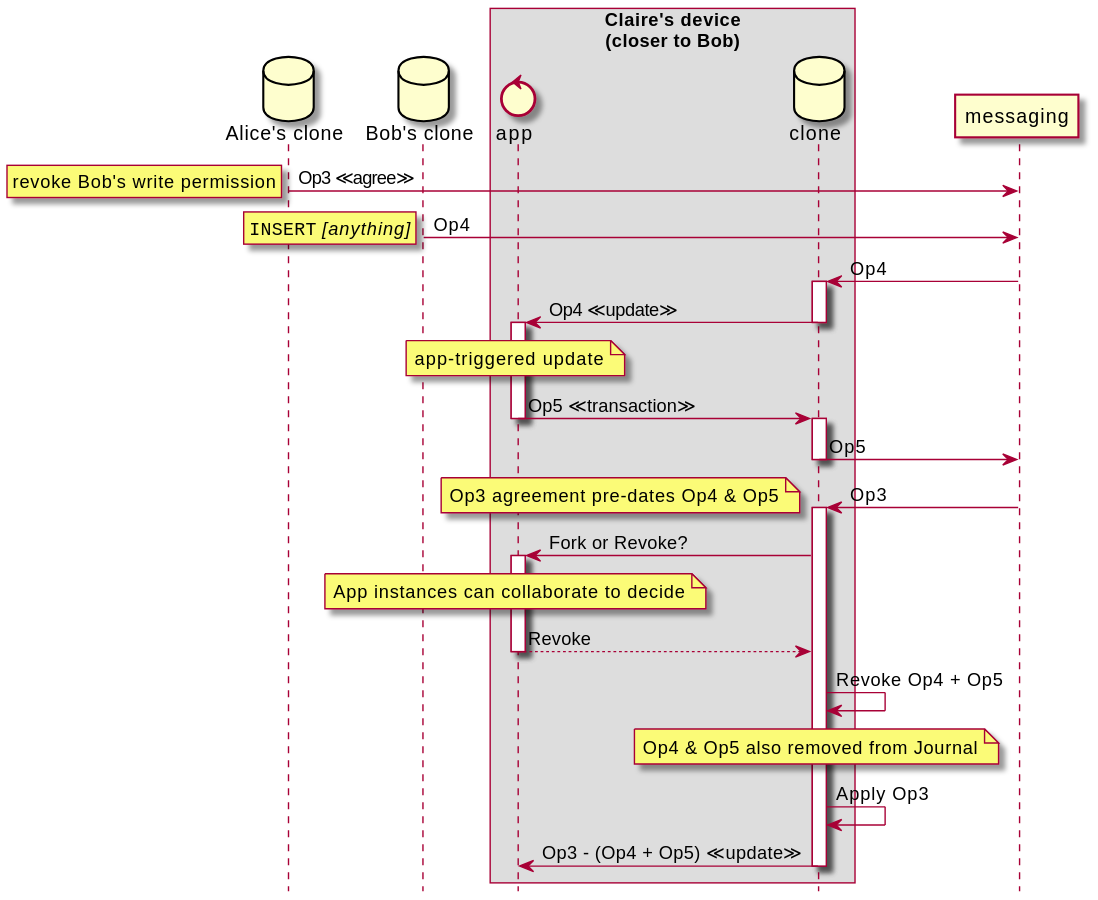
m-ld/m-ld-security-spec keeps this PlantUML diagram as design/img/6-claire-disordered-agree.seq.svg. Above is the earlier version. Its diagram source:
```plantuml
@startuml
hide footbox

database "Alice's clone" as genesis
database "Bob's clone" as clone2
box Claire's device\n(closer to Bob)
control "app" as proc4
database "clone" as clone4
end box

genesis -> messaging: Op3 ≪agree≫
rnote left: revoke Bob's write permission

clone2 -> messaging: Op4
rnote left: ""INSERT"" //[anything]//

messaging -> clone4 ++: Op4
clone4 -> proc4 --++: Op4 ≪update≫
note over proc4: app-triggered update

proc4 -> clone4 --++: Op5 ≪transaction≫
clone4 -> messaging --: Op5

messaging -> clone4 ++: Op3
note left: Op3 agreement pre-dates Op4 & Op5
clone4 -> proc4 ++: Fork or Revoke?
note over proc4: App instances can collaborate to decide
proc4 --> clone4 --: Revoke
clone4 -> clone4: Revoke Op4 + Op5
note over clone4: Op4 & Op5 also removed from Journal
clone4 -> clone4: Apply Op3
clone4 -> proc4 --: Op3 - (Op4 + Op5) ≪update≫

@enduml
```
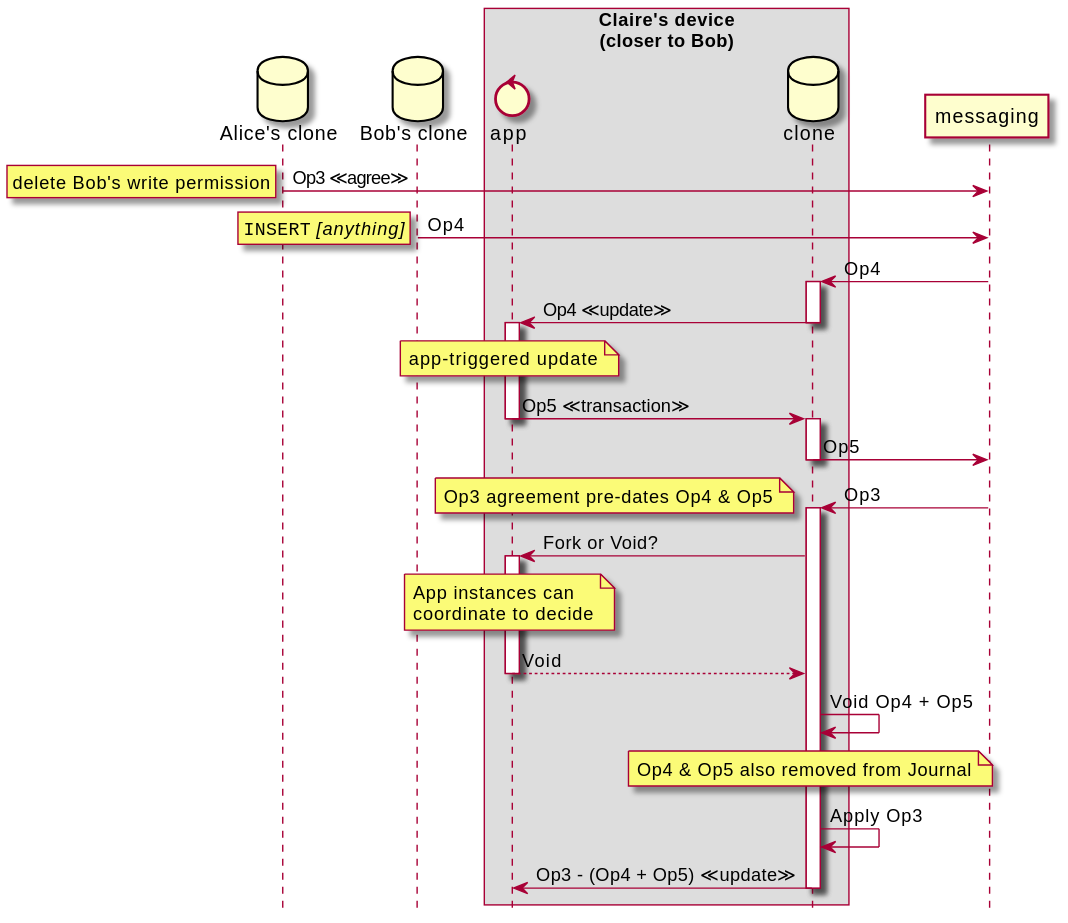
The same file after the commit.

Diff of the diagram source:
```diff
@@ -9,7 +9,7 @@
 end box
 
 genesis -> messaging: Op3 ≪agree≫
-rnote left: revoke Bob's write permission
+rnote left: delete Bob's write permission
 
 clone2 -> messaging: Op4
 rnote left: ""INSERT"" //[anything]//
@@ -23,10 +23,13 @@
 
 messaging -> clone4 ++: Op3
 note left: Op3 agreement pre-dates Op4 & Op5
-clone4 -> proc4 ++: Fork or Revoke?
-note over proc4: App instances can collaborate to decide
-proc4 --> clone4 --: Revoke
-clone4 -> clone4: Revoke Op4 + Op5
+clone4 -> proc4 ++: Fork or Void?
+note over proc4
+App instances can
+coordinate to decide
+end note
+proc4 --> clone4 --: Void
+clone4 -> clone4: Void Op4 + Op5
 note over clone4: Op4 & Op5 also removed from Journal
 clone4 -> clone4: Apply Op3
 clone4 -> proc4 --: Op3 - (Op4 + Op5) ≪update≫
```
